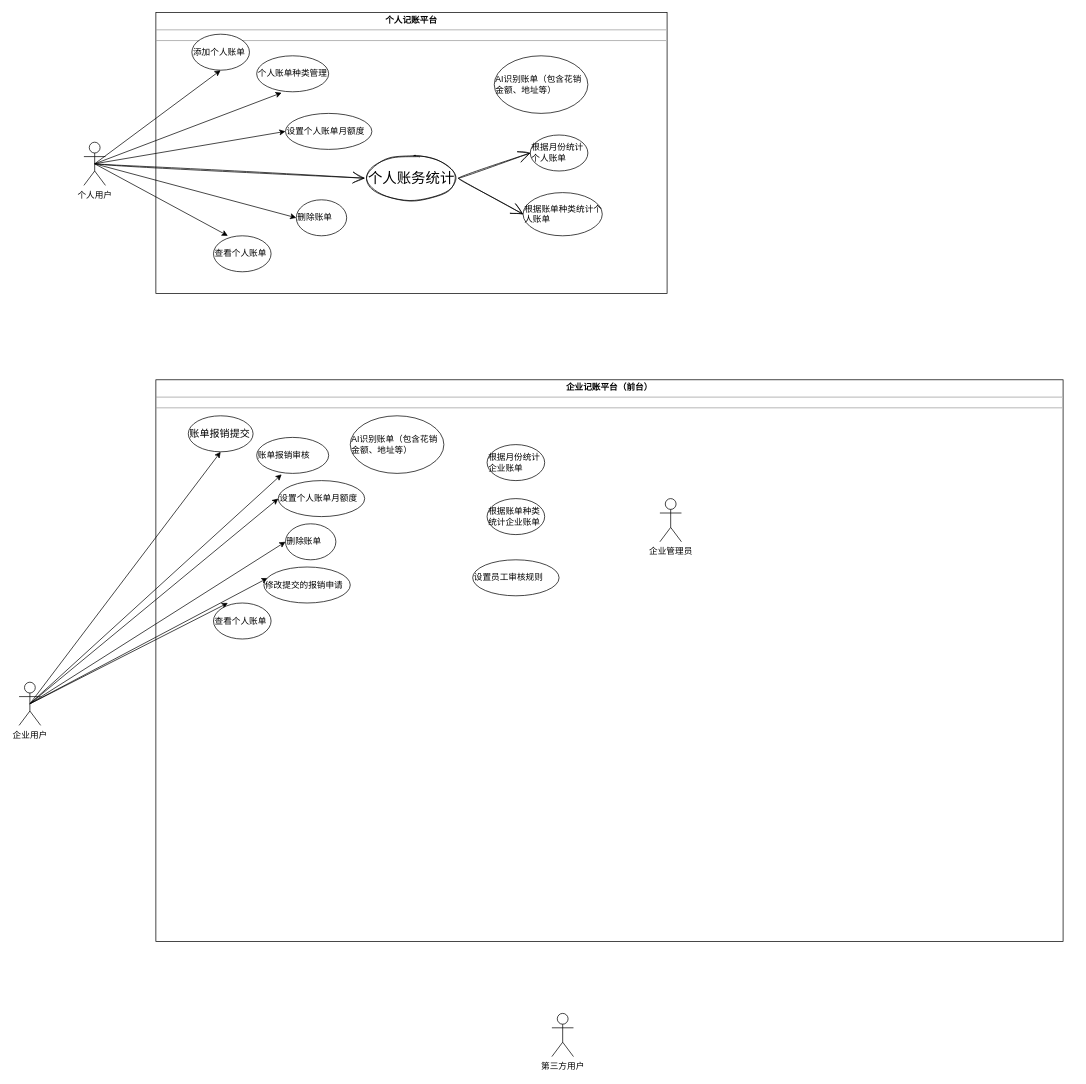
Earlier version of the draw.io diagram 毕设/账单平台用例图.drawio (imrole/UML). Source tidied: cells renumbered, new cells numbered last; positions are measured from the earlier drawing's top-left corner, leaving out a move shared by most shapes. Both pictures are drawn from the tidied source at 72%, with x=0, y=0 at pixel (19, 12).
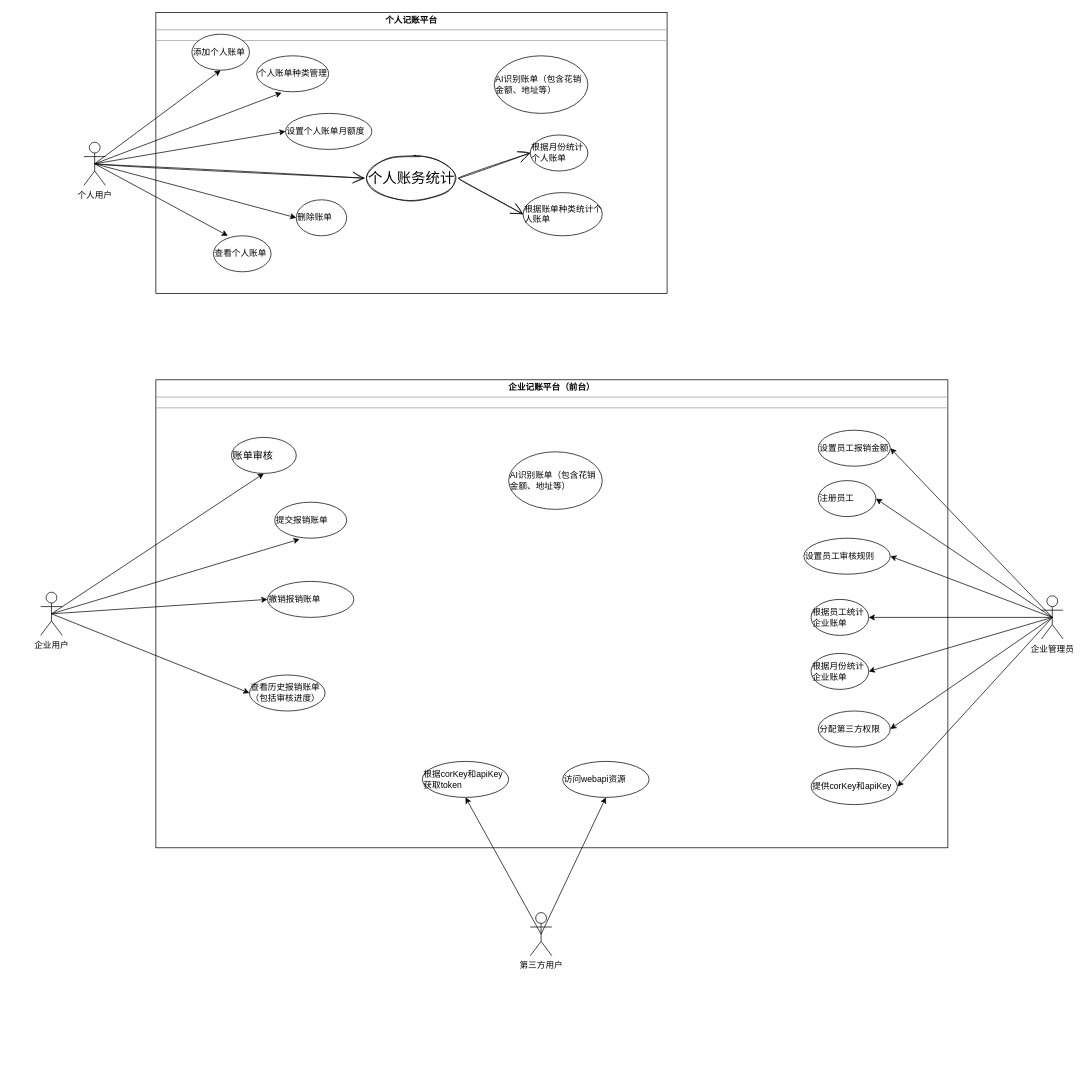
The same diagram, later.

Commit message:
Update 账单平台用例图.drawio

Change to the diagram source:
```diff
@@
     <mxCell id="17" value="&lt;p style=&quot;margin: 0px ; margin-top: 4px ; text-align: center&quot;&gt;&lt;b&gt;企业记账平台（前台）&lt;/b&gt;&lt;/p&gt;&lt;hr size=&quot;1&quot;&gt;&lt;div style=&quot;height: 2px&quot;&gt;&lt;/div&gt;&lt;hr size=&quot;1&quot;&gt;&lt;div style=&quot;height: 2px&quot;&gt;&lt;/div&gt;" style="verticalAlign=top;align=left;overflow=fill;fontSize=12;fontFamily=Helvetica;html=1;" parent="1" vertex="1">
-      <mxGeometry x="190" y="510" width="1260" height="780" as="geometry" />
+      <mxGeometry x="190" y="510" width="1100" height="650" as="geometry" />
     </mxCell>
@@
-    <mxCell id="22" style="edgeStyle=none;rounded=0;jettySize=auto;html=1;exitX=0.5;exitY=0.5;exitDx=0;exitDy=0;exitPerimeter=0;entryX=0.044;entryY=0.307;entryDx=0;entryDy=0;entryPerimeter=0;" parent="1" edge="1" source="24" target="30">
-      <mxGeometry relative="1" as="geometry" />
-    </mxCell>
-    <mxCell id="23" style="edgeStyle=none;rounded=0;jettySize=auto;html=1;exitX=0.5;exitY=0.5;exitDx=0;exitDy=0;exitPerimeter=0;entryX=0.25;entryY=0;entryDx=0;entryDy=0;entryPerimeter=0;" parent="1" edge="1" source="24" target="31">
-      <mxGeometry relative="1" as="geometry" />
-    </mxCell>
     <mxCell id="24" value="企业用户" style="shape=umlActor;verticalLabelPosition=bottom;verticalAlign=top;html=1;" parent="1" vertex="1">
-      <mxGeometry y="930" width="30" height="60" as="geometry" />
+      <mxGeometry x="30" y="805" width="30" height="60" as="geometry" />
     </mxCell>
-    <mxCell id="25" value="&lt;span class=&quot;notetext1&quot;&gt;&lt;span style=&quot;font-size: 10.5pt&quot;&gt;账单报销提交&lt;/span&gt;&lt;/span&gt;" style="ellipse;whiteSpace=wrap;html=1;align=left;" parent="1" vertex="1">
-      <mxGeometry x="235" y="560" width="90" height="50" as="geometry" />
+    <mxCell id="25" value="&lt;span class=&quot;notetext1&quot;&gt;&lt;span style=&quot;font-size: 10.5pt&quot;&gt;账单审核&lt;/span&gt;&lt;/span&gt;" style="ellipse;whiteSpace=wrap;html=1;align=left;" parent="1" vertex="1">
+      <mxGeometry x="295" y="590" width="90" height="50" as="geometry" />
     </mxCell>
-    <mxCell id="26" value="账单报销审核" style="ellipse;whiteSpace=wrap;html=1;align=left;" parent="1" vertex="1">
-      <mxGeometry x="330" y="590" width="100" height="50" as="geometry" />
+    <mxCell id="26" value="提交报销账单" style="ellipse;whiteSpace=wrap;html=1;align=left;" parent="1" vertex="1">
+      <mxGeometry x="355" y="680" width="100" height="50" as="geometry" />
     </mxCell>
-    <mxCell id="27" value="设置个人账单月额度" style="ellipse;whiteSpace=wrap;html=1;align=left;" parent="1" vertex="1">
-      <mxGeometry x="360" y="650" width="120" height="50" as="geometry" />
+    <mxCell id="27" value="撤销报销账单" style="ellipse;whiteSpace=wrap;html=1;align=left;" parent="1" vertex="1">
+      <mxGeometry x="345" y="790" width="120" height="50" as="geometry" />
     </mxCell>
     <mxCell id="28" value="AI识别账单（包含花销金额、地址等）" style="ellipse;whiteSpace=wrap;html=1;align=left;" parent="1" vertex="1">
-      <mxGeometry x="460" y="560" width="130" height="80" as="geometry" />
+      <mxGeometry x="680" y="610" width="130" height="80" as="geometry" />
     </mxCell>
-    <mxCell id="29" value="删除账单" style="ellipse;whiteSpace=wrap;html=1;align=left;" parent="1" vertex="1">
-      <mxGeometry x="370" y="710" width="70" height="50" as="geometry" />
+    <mxCell id="29" value="查看历史报销账单&lt;br&gt;（包括审核进度）" style="ellipse;whiteSpace=wrap;html=1;align=left;" parent="1" vertex="1">
+      <mxGeometry x="320" y="920" width="105" height="50" as="geometry" />
     </mxCell>
-    <mxCell id="30" value="修改提交的报销申请" style="ellipse;whiteSpace=wrap;html=1;align=left;" parent="1" vertex="1">
-      <mxGeometry x="340" y="770" width="120" height="50" as="geometry" />
-    </mxCell>
-    <mxCell id="31" value="查看个人账单" style="ellipse;whiteSpace=wrap;html=1;align=left;" parent="1" vertex="1">
-      <mxGeometry x="270" y="820" width="80" height="50" as="geometry" />
-    </mxCell>
-    <mxCell id="32" value="根据账单种类统计企业账单" style="ellipse;whiteSpace=wrap;html=1;align=left;" parent="1" vertex="1">
-      <mxGeometry x="650" y="675" width="80" height="50" as="geometry" />
-    </mxCell>
     <mxCell id="33" value="根据月份统计企业账单" style="ellipse;whiteSpace=wrap;html=1;align=left;" parent="1" vertex="1">
-      <mxGeometry x="650" y="600" width="80" height="50" as="geometry" />
+      <mxGeometry x="1100" y="890" width="80" height="50" as="geometry" />
     </mxCell>
     <mxCell id="34" value="企业管理员" style="shape=umlActor;verticalLabelPosition=bottom;verticalAlign=top;html=1;" parent="1" vertex="1">
-      <mxGeometry x="890" y="675" width="30" height="60" as="geometry" />
+      <mxGeometry x="1420" y="810" width="30" height="60" as="geometry" />
     </mxCell>
     <mxCell id="35" value="设置员工审核规则" style="ellipse;whiteSpace=wrap;html=1;align=left;" parent="1" vertex="1">
-      <mxGeometry x="630" y="760" width="120" height="50" as="geometry" />
+      <mxGeometry x="1090" y="730" width="120" height="50" as="geometry" />
     </mxCell>
@@
     <mxCell id="40" value="第三方用户" style="shape=umlActor;verticalLabelPosition=bottom;verticalAlign=top;html=1;outlineConnect=0;" parent="1" vertex="1">
-      <mxGeometry x="740" y="1390" width="30" height="60" as="geometry" />
+      <mxGeometry x="710" y="1250" width="30" height="60" as="geometry" />
     </mxCell>
+    <mxCell id="41" value="设置员工报销金额" style="ellipse;whiteSpace=wrap;html=1;align=left;" parent="1" vertex="1">
+      <mxGeometry x="1110" y="580" width="100" height="50" as="geometry" />
+    </mxCell>
+    <mxCell id="42" value="根据员工统计企业账单" style="ellipse;whiteSpace=wrap;html=1;align=left;" parent="1" vertex="1">
+      <mxGeometry x="1100" y="815" width="80" height="50" as="geometry" />
+    </mxCell>
+    <mxCell id="43" value="注册员工" style="ellipse;whiteSpace=wrap;html=1;align=left;" parent="1" vertex="1">
+      <mxGeometry x="1110" y="650" width="80" height="50" as="geometry" />
+    </mxCell>
+    <mxCell id="44" value="分配第三方权限" style="ellipse;whiteSpace=wrap;html=1;align=left;" parent="1" vertex="1">
+      <mxGeometry x="1110" y="970" width="100" height="50" as="geometry" />
+    </mxCell>
+    <mxCell id="45" value="提供corKey和apiKey" style="ellipse;whiteSpace=wrap;html=1;align=left;" parent="1" vertex="1">
+      <mxGeometry x="1100" y="1050" width="120" height="50" as="geometry" />
+    </mxCell>
+    <mxCell id="46" value="根据corKey和apiKey获取token" style="ellipse;whiteSpace=wrap;html=1;align=left;" parent="1" vertex="1">
+      <mxGeometry x="560" y="1040" width="120" height="50" as="geometry" />
+    </mxCell>
+    <mxCell id="47" value="访问webapi资源" style="ellipse;whiteSpace=wrap;html=1;align=left;" parent="1" vertex="1">
+      <mxGeometry x="755" y="1040" width="120" height="50" as="geometry" />
+    </mxCell>
+    <mxCell id="48" style="endArrow=classic;html=1;rounded=0;exitX=0.5;exitY=0.5;exitDx=0;exitDy=0;exitPerimeter=0;entryX=1;entryY=0.5;entryDx=0;entryDy=0;" parent="1" edge="1" source="34" target="41">
+      <mxGeometry relative="1" as="geometry" />
+    </mxCell>
+    <mxCell id="49" style="endArrow=classic;html=1;rounded=0;exitX=0.5;exitY=0.5;exitDx=0;exitDy=0;exitPerimeter=0;entryX=1;entryY=0.5;entryDx=0;entryDy=0;" parent="1" edge="1" source="34" target="43">
+      <mxGeometry relative="1" as="geometry" />
+    </mxCell>
+    <mxCell id="50" style="endArrow=classic;html=1;rounded=0;exitX=0.5;exitY=0.5;exitDx=0;exitDy=0;exitPerimeter=0;entryX=1;entryY=0.5;entryDx=0;entryDy=0;" parent="1" edge="1" source="34" target="35">
+      <mxGeometry relative="1" as="geometry" />
+    </mxCell>
+    <mxCell id="51" style="endArrow=classic;html=1;rounded=0;exitX=0.5;exitY=0.5;exitDx=0;exitDy=0;exitPerimeter=0;entryX=1;entryY=0.5;entryDx=0;entryDy=0;" parent="1" edge="1" source="34" target="42">
+      <mxGeometry relative="1" as="geometry" />
+    </mxCell>
+    <mxCell id="52" style="endArrow=classic;html=1;rounded=0;exitX=0.5;exitY=0.5;exitDx=0;exitDy=0;exitPerimeter=0;entryX=1;entryY=0.5;entryDx=0;entryDy=0;" parent="1" edge="1" source="34" target="33">
+      <mxGeometry relative="1" as="geometry" />
+    </mxCell>
+    <mxCell id="53" style="endArrow=classic;html=1;rounded=0;exitX=0.5;exitY=0.5;exitDx=0;exitDy=0;exitPerimeter=0;entryX=1;entryY=0.5;entryDx=0;entryDy=0;" parent="1" edge="1" source="34" target="44">
+      <mxGeometry relative="1" as="geometry" />
+    </mxCell>
+    <mxCell id="54" style="endArrow=classic;html=1;rounded=0;exitX=0.5;exitY=0.5;exitDx=0;exitDy=0;exitPerimeter=0;entryX=1;entryY=0.5;entryDx=0;entryDy=0;" parent="1" edge="1" source="34" target="45">
+      <mxGeometry relative="1" as="geometry" />
+    </mxCell>
+    <mxCell id="55" style="endArrow=classic;html=1;rounded=0;exitX=0.5;exitY=0.5;exitDx=0;exitDy=0;exitPerimeter=0;entryX=0.5;entryY=1;entryDx=0;entryDy=0;" parent="1" edge="1" source="40" target="47">
+      <mxGeometry relative="1" as="geometry" />
+    </mxCell>
+    <mxCell id="56" style="endArrow=classic;html=1;rounded=0;exitX=0.5;exitY=0.5;exitDx=0;exitDy=0;exitPerimeter=0;entryX=0.5;entryY=1;entryDx=0;entryDy=0;" parent="1" edge="1" source="40" target="46">
+      <mxGeometry relative="1" as="geometry" />
+    </mxCell>
```
